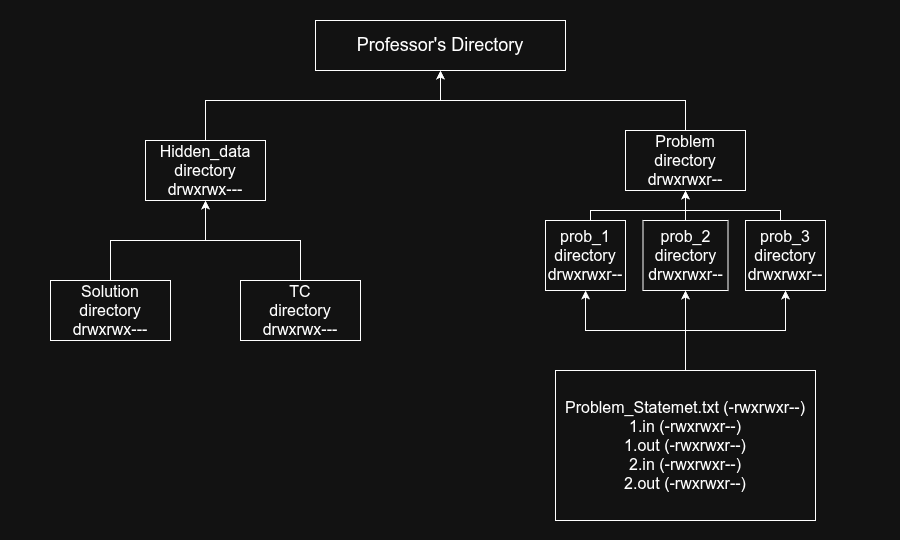
Above: assets/LJS_prof_file_structure.png in FRANK-FY-RI/LJS (draw.io), before the change. Source tidied: cells renumbered, new cells last; positions are measured from the earlier drawing's top-left corner, leaving out a move shared by most shapes.
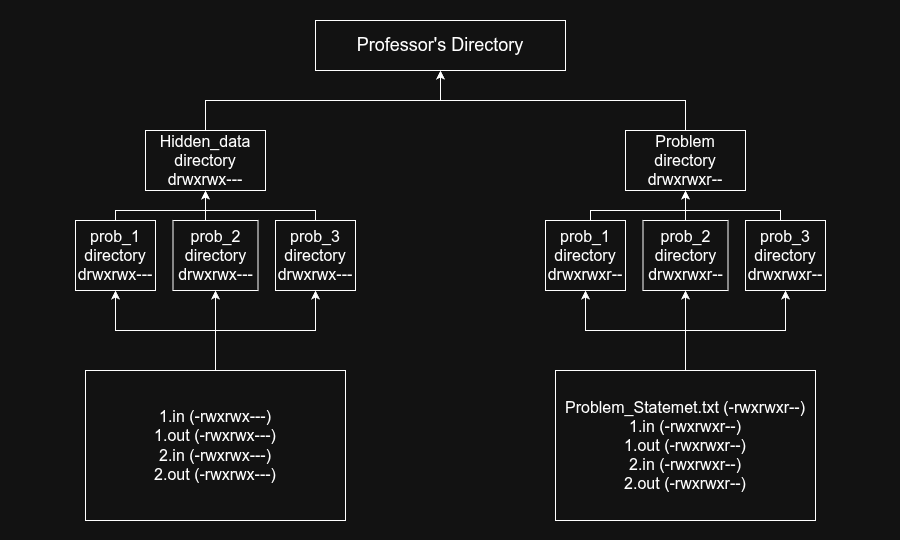
After the commit.

Change to the diagram source:
```diff
@@ -17,25 +17,8 @@
       </mxGeometry>
     </mxCell>
     <mxCell id="5" value="&lt;font size=&quot;3&quot;&gt;Hidden_data&lt;/font&gt;&lt;div&gt;&lt;font size=&quot;3&quot;&gt;directory&lt;/font&gt;&lt;/div&gt;&lt;div&gt;&lt;font size=&quot;3&quot;&gt;drwxrwx---&lt;/font&gt;&lt;/div&gt;" style="rounded=0;whiteSpace=wrap;html=1;" parent="2" vertex="1">
-      <mxGeometry x="145" y="140" width="120" height="60" as="geometry" />
+      <mxGeometry x="145" y="130" width="120" height="60" as="geometry" />
     </mxCell>
-    <mxCell id="6" style="edgeStyle=orthogonalEdgeStyle;rounded=0;jettySize=auto;html=1;exitX=0.5;exitY=0;exitDx=0;exitDy=0;entryX=0.5;entryY=1;entryDx=0;entryDy=0;" parent="2" edge="1" source="7" target="5">
-      <mxGeometry relative="1" as="geometry" />
-    </mxCell>
-    <mxCell id="7" value="&lt;font size=&quot;3&quot;&gt;Solution&lt;/font&gt;&lt;div&gt;&lt;font size=&quot;3&quot;&gt;directory&lt;/font&gt;&lt;/div&gt;&lt;div&gt;&lt;font size=&quot;3&quot;&gt;drwxrwx---&lt;/font&gt;&lt;/div&gt;" style="rounded=0;whiteSpace=wrap;html=1;" parent="2" vertex="1">
-      <mxGeometry x="50" y="280" width="120" height="60" as="geometry" />
-    </mxCell>
-    <mxCell id="8" style="edgeStyle=orthogonalEdgeStyle;rounded=0;jettySize=auto;html=1;exitX=0.5;exitY=0;exitDx=0;exitDy=0;entryX=0.5;entryY=1;entryDx=0;entryDy=0;" parent="2" edge="1" source="9" target="5">
-      <mxGeometry relative="1" as="geometry">
-        <Array as="points">
-          <mxPoint x="300" y="240" />
-          <mxPoint x="205" y="240" />
-        </Array>
-      </mxGeometry>
-    </mxCell>
-    <mxCell id="9" value="&lt;font size=&quot;3&quot;&gt;TC&lt;/font&gt;&lt;div&gt;&lt;font size=&quot;3&quot;&gt;directory&lt;/font&gt;&lt;/div&gt;&lt;div&gt;&lt;font size=&quot;3&quot;&gt;drwxrwx---&lt;/font&gt;&lt;/div&gt;" style="rounded=0;whiteSpace=wrap;html=1;" parent="2" vertex="1">
-      <mxGeometry x="240" y="280" width="120" height="60" as="geometry" />
-    </mxCell>
     <mxCell id="10" style="edgeStyle=orthogonalEdgeStyle;rounded=0;jettySize=auto;html=1;exitX=0.5;exitY=0;exitDx=0;exitDy=0;entryX=0.5;entryY=1;entryDx=0;entryDy=0;" parent="2" edge="1" source="11" target="3">
       <mxGeometry relative="1" as="geometry" />
     </mxCell>
@@ -88,5 +71,51 @@
     <mxCell id="21" style="edgeStyle=orthogonalEdgeStyle;rounded=0;jettySize=auto;html=1;exitX=0.5;exitY=0;exitDx=0;exitDy=0;entryX=0.5;entryY=1;entryDx=0;entryDy=0;" parent="2" edge="1" source="19" target="15">
       <mxGeometry relative="1" as="geometry" />
     </mxCell>
+    <mxCell id="22" style="edgeStyle=orthogonalEdgeStyle;rounded=0;jettySize=auto;html=1;exitX=0.5;exitY=0;exitDx=0;exitDy=0;entryX=0.5;entryY=1;entryDx=0;entryDy=0;" parent="2" edge="1" source="23" target="5">
+      <mxGeometry relative="1" as="geometry">
+        <Array as="points">
+          <mxPoint x="115" y="210" />
+          <mxPoint x="205" y="210" />
+        </Array>
+      </mxGeometry>
+    </mxCell>
+    <mxCell id="23" value="&lt;font size=&quot;3&quot;&gt;prob_1&lt;/font&gt;&lt;div&gt;&lt;font size=&quot;3&quot;&gt;directory&lt;/font&gt;&lt;/div&gt;&lt;div&gt;&lt;font size=&quot;3&quot;&gt;drwxrwx---&lt;/font&gt;&lt;/div&gt;" style="rounded=0;whiteSpace=wrap;html=1;" parent="2" vertex="1">
+      <mxGeometry x="75" y="220" width="80" height="70" as="geometry" />
+    </mxCell>
+    <mxCell id="24" style="edgeStyle=orthogonalEdgeStyle;rounded=0;jettySize=auto;html=1;exitX=0.5;exitY=0;exitDx=0;exitDy=0;entryX=0.5;entryY=1;entryDx=0;entryDy=0;" parent="2" edge="1" source="25" target="5">
+      <mxGeometry relative="1" as="geometry" />
+    </mxCell>
+    <mxCell id="25" value="&lt;font size=&quot;3&quot;&gt;prob_2&lt;/font&gt;&lt;div&gt;&lt;font size=&quot;3&quot;&gt;directory&lt;/font&gt;&lt;/div&gt;&lt;div&gt;&lt;font size=&quot;3&quot;&gt;drwxrwx---&lt;/font&gt;&lt;/div&gt;" style="rounded=0;whiteSpace=wrap;html=1;" parent="2" vertex="1">
+      <mxGeometry x="172.5" y="220" width="85" height="70" as="geometry" />
+    </mxCell>
+    <mxCell id="26" style="edgeStyle=orthogonalEdgeStyle;rounded=0;jettySize=auto;html=1;exitX=0.5;exitY=1;exitDx=0;exitDy=0;entryX=0.5;entryY=1;entryDx=0;entryDy=0;" parent="2" edge="1" target="28">
+      <mxGeometry relative="1" as="geometry">
+        <mxPoint x="215" y="370" as="sourcePoint" />
+        <Array as="points">
+          <mxPoint x="215" y="330" />
+          <mxPoint x="315" y="330" />
+        </Array>
+      </mxGeometry>
+    </mxCell>
+    <mxCell id="27" style="edgeStyle=orthogonalEdgeStyle;rounded=0;jettySize=auto;html=1;exitX=0.5;exitY=0;exitDx=0;exitDy=0;entryX=0.5;entryY=1;entryDx=0;entryDy=0;" parent="2" edge="1" source="28" target="5">
+      <mxGeometry relative="1" as="geometry">
+        <Array as="points">
+          <mxPoint x="315" y="210" />
+          <mxPoint x="205" y="210" />
+        </Array>
+      </mxGeometry>
+    </mxCell>
+    <mxCell id="28" value="&lt;font size=&quot;3&quot;&gt;prob_3&lt;/font&gt;&lt;div&gt;&lt;font size=&quot;3&quot;&gt;directory&lt;/font&gt;&lt;/div&gt;&lt;div&gt;&lt;font size=&quot;3&quot;&gt;drwxrwx---&lt;/font&gt;&lt;/div&gt;" style="rounded=0;whiteSpace=wrap;html=1;" parent="2" vertex="1">
+      <mxGeometry x="275" y="220" width="80" height="70" as="geometry" />
+    </mxCell>
+    <mxCell id="29" value="&lt;div&gt;&lt;font size=&quot;3&quot;&gt;1.in (-rwxrwx---)&lt;/font&gt;&lt;/div&gt;&lt;div&gt;&lt;font size=&quot;3&quot;&gt;1.out (-rwxrwx---)&lt;/font&gt;&lt;/div&gt;&lt;div&gt;&lt;font size=&quot;3&quot;&gt;2.in (-rwxrwx---)&lt;/font&gt;&lt;/div&gt;&lt;div&gt;&lt;font size=&quot;3&quot;&gt;2.out (-rwxrwx---)&lt;/font&gt;&lt;/div&gt;" style="whiteSpace=wrap;html=1;rounded=0;" parent="2" vertex="1">
+      <mxGeometry x="85" y="370" width="260" height="150" as="geometry" />
+    </mxCell>
+    <mxCell id="30" style="edgeStyle=orthogonalEdgeStyle;rounded=0;jettySize=auto;html=1;" parent="2" edge="1" source="29" target="23">
+      <mxGeometry relative="1" as="geometry" />
+    </mxCell>
+    <mxCell id="31" style="edgeStyle=orthogonalEdgeStyle;rounded=0;jettySize=auto;html=1;exitX=0.5;exitY=0;exitDx=0;exitDy=0;entryX=0.5;entryY=1;entryDx=0;entryDy=0;" parent="2" edge="1" source="29" target="25">
+      <mxGeometry relative="1" as="geometry" />
+    </mxCell>
   </root>
 </mxGraphModel>
```
